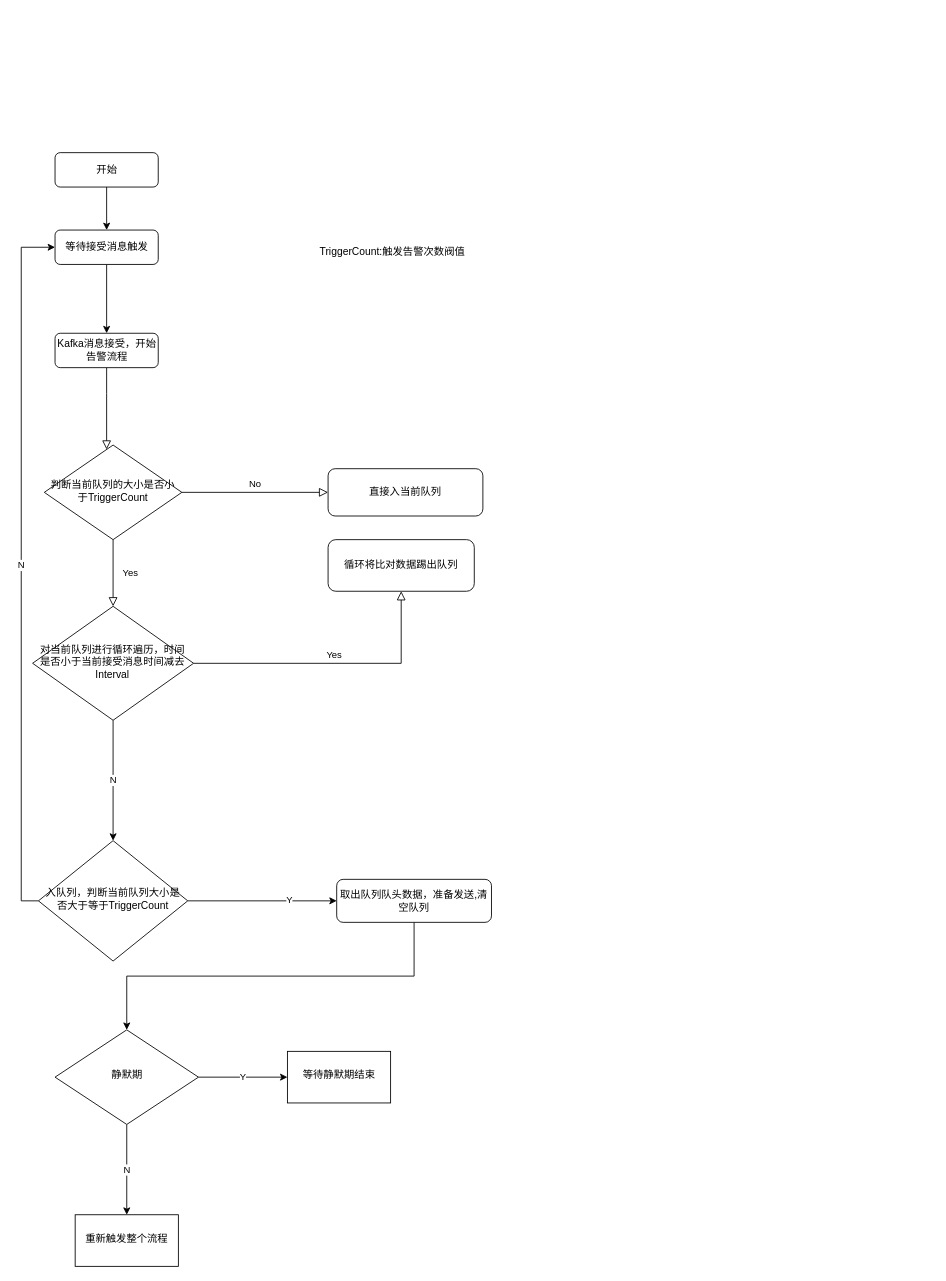
Above: Untitled Diagram.drawio in lingpengzhou/diagrams.io (draw.io), before the change. Source tidied: cells renumbered, new cells numbered last; positions are measured from the earlier drawing's top-left corner, leaving out a move shared by most shapes. Both pictures are drawn from the tidied source at 86%, with x=0, y=0 at pixel (32, 152).
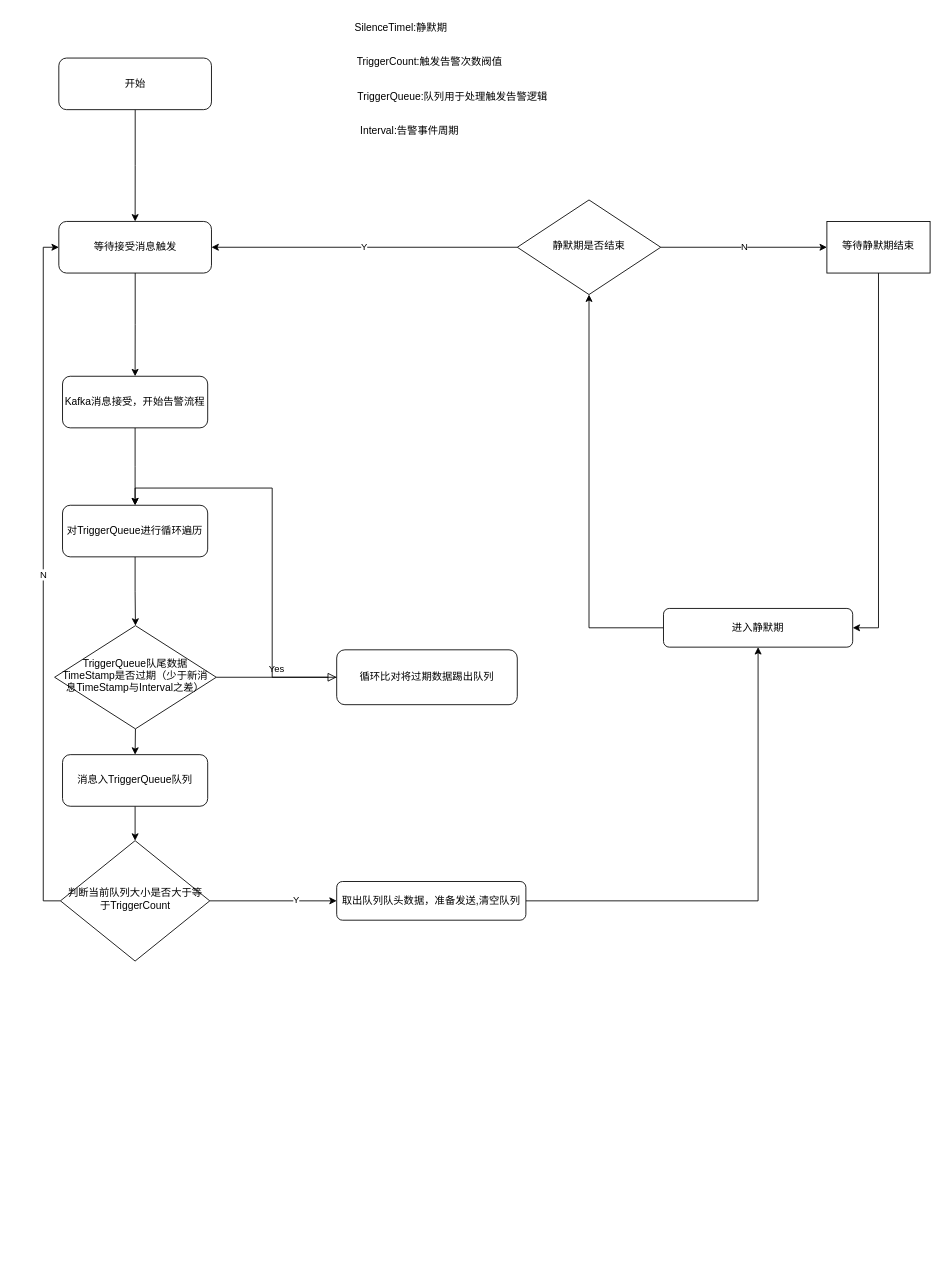
After the change.

The edit, as a diff of the source:
```diff
@@
-    <mxCell id="2" style="rounded=0;html=1;jettySize=auto;fontSize=11;endArrow=block;endFill=0;endSize=8;strokeWidth=1;shadow=0;labelBackgroundColor=none;edgeStyle=orthogonalEdgeStyle;" parent="1" edge="1" source="3" target="6">
-      <mxGeometry relative="1" as="geometry">
-        <Array as="points">
-          <mxPoint x="86.5" y="280" />
-          <mxPoint x="86.5" y="280" />
-        </Array>
-      </mxGeometry>
-    </mxCell>
+    <mxCell id="28" style="edgeStyle=orthogonalEdgeStyle;rounded=0;jettySize=auto;html=1;entryX=0.5;entryY=0;entryDx=0;entryDy=0;" parent="1" edge="1" source="3" target="35">
+      <mxGeometry relative="1" as="geometry" />
+    </mxCell>
     <mxCell id="3" value="Kafka消息接受，开始告警流程" style="rounded=1;whiteSpace=wrap;html=1;fontSize=12;glass=0;strokeWidth=1;shadow=0;" parent="1" vertex="1">
-      <mxGeometry x="26.5" y="210" width="120" height="40" as="geometry" />
+      <mxGeometry x="35.2" y="260" width="168.8" height="60" as="geometry" />
     </mxCell>
-    <mxCell id="4" value="Yes" style="rounded=0;html=1;jettySize=auto;fontSize=11;endArrow=block;endFill=0;endSize=8;strokeWidth=1;shadow=0;labelBackgroundColor=none;edgeStyle=orthogonalEdgeStyle;" parent="1" edge="1" source="6" target="10">
-      <mxGeometry y="20" relative="1" as="geometry" />
-    </mxCell>
-    <mxCell id="5" value="No" style="edgeStyle=orthogonalEdgeStyle;rounded=0;html=1;jettySize=auto;fontSize=11;endArrow=block;endFill=0;endSize=8;strokeWidth=1;shadow=0;labelBackgroundColor=none;" parent="1" edge="1" source="6" target="7">
-      <mxGeometry y="10" relative="1" as="geometry" />
-    </mxCell>
-    <mxCell id="6" value="判断当前队列的大小是否小于TriggerCount" style="rhombus;whiteSpace=wrap;html=1;shadow=0;fontFamily=Helvetica;fontSize=12;align=center;strokeWidth=1;spacing=6;spacingTop=-4;" parent="1" vertex="1">
-      <mxGeometry x="14" y="340" width="160" height="110" as="geometry" />
-    </mxCell>
-    <mxCell id="7" value="直接入当前队列" style="rounded=1;whiteSpace=wrap;html=1;fontSize=12;glass=0;strokeWidth=1;shadow=0;" parent="1" vertex="1">
-      <mxGeometry x="344" y="367.5" width="180" height="55" as="geometry" />
-    </mxCell>
@@
-    <mxCell id="9" value="N" style="edgeStyle=orthogonalEdgeStyle;rounded=0;jettySize=auto;html=1;entryX=0.5;entryY=0;entryDx=0;entryDy=0;" parent="1" edge="1" source="10" target="18">
-      <mxGeometry relative="1" as="geometry" />
-    </mxCell>
+    <mxCell id="29" style="edgeStyle=orthogonalEdgeStyle;rounded=0;jettySize=auto;html=1;exitX=0.5;exitY=1;exitDx=0;exitDy=0;entryX=0.5;entryY=0;entryDx=0;entryDy=0;" parent="1" edge="1" source="10" target="39">
+      <mxGeometry relative="1" as="geometry" />
+    </mxCell>
-    <mxCell id="10" value="对当前队列进行循环遍历，时间是否小于当前接受消息时间减去Interval" style="rhombus;whiteSpace=wrap;html=1;shadow=0;fontFamily=Helvetica;fontSize=12;align=center;strokeWidth=1;spacing=6;spacingTop=-4;" parent="1" vertex="1">
-      <mxGeometry x="0.4" y="527.5" width="187.2" height="132.5" as="geometry" />
+    <mxCell id="10" value="TriggerQueue队尾数据TimeStamp是否过期（少于新消息TimeStamp与Interval之差）" style="rhombus;whiteSpace=wrap;html=1;shadow=0;fontFamily=Helvetica;fontSize=12;align=center;strokeWidth=1;spacing=6;spacingTop=-4;" parent="1" vertex="1">
+      <mxGeometry x="26" y="550" width="188" height="120" as="geometry" />
     </mxCell>
+    <mxCell id="30" style="edgeStyle=orthogonalEdgeStyle;rounded=0;jettySize=auto;html=1;entryX=0.5;entryY=0;entryDx=0;entryDy=0;" parent="1" edge="1" source="11" target="35">
+      <mxGeometry relative="1" as="geometry" />
+    </mxCell>
-    <mxCell id="11" value="循环将比对数据踢出队列" style="rounded=1;whiteSpace=wrap;html=1;fontSize=12;glass=0;strokeWidth=1;shadow=0;" parent="1" vertex="1">
-      <mxGeometry x="344" y="450" width="170" height="60" as="geometry" />
+    <mxCell id="11" value="循环比对将过期数据踢出队列" style="rounded=1;whiteSpace=wrap;html=1;fontSize=12;glass=0;strokeWidth=1;shadow=0;" parent="1" vertex="1">
+      <mxGeometry x="354" y="578.1" width="210" height="63.8" as="geometry" />
     </mxCell>
-    <mxCell id="12" value="TriggerCount:触发告警次数阀值" style="text;html=1;strokeColor=none;fillColor=none;align=center;verticalAlign=middle;whiteSpace=wrap;rounded=0;" parent="1" vertex="1">
-      <mxGeometry x="314" y="100" width="210" height="30" as="geometry" />
+    <mxCell id="12" value="&amp;nbsp; TriggerCount:触发告警次数阀值" style="text;html=1;strokeColor=none;fillColor=none;align=center;verticalAlign=middle;whiteSpace=wrap;rounded=0;" parent="1" vertex="1">
+      <mxGeometry x="354" y="-120" width="210" height="30" as="geometry" />
     </mxCell>
@@
     <mxCell id="14" value="等待接受消息触发" style="rounded=1;whiteSpace=wrap;html=1;fontSize=12;glass=0;strokeWidth=1;shadow=0;" parent="1" vertex="1">
-      <mxGeometry x="26.5" y="90" width="120" height="40" as="geometry" />
+      <mxGeometry x="30.9" y="80" width="177.5" height="60" as="geometry" />
     </mxCell>
@@
-    <mxCell id="18" value="&lt;span style=&quot;&quot;&gt;入队列，判断当前队列大小是否大于等于TriggerCount&lt;/span&gt;" style="rhombus;whiteSpace=wrap;html=1;shadow=0;fontFamily=Helvetica;fontSize=12;align=center;strokeWidth=1;spacing=6;spacingTop=-4;" parent="1" vertex="1">
-      <mxGeometry x="7.2" y="800" width="173.6" height="140" as="geometry" />
+    <mxCell id="18" value="&lt;span style=&quot;&quot;&gt;判断当前队列大小是否大于等于TriggerCount&lt;/span&gt;" style="rhombus;whiteSpace=wrap;html=1;shadow=0;fontFamily=Helvetica;fontSize=12;align=center;strokeWidth=1;spacing=6;spacingTop=-4;" parent="1" vertex="1">
+      <mxGeometry x="32.8" y="800" width="173.6" height="140" as="geometry" />
     </mxCell>
-    <mxCell id="19" style="edgeStyle=orthogonalEdgeStyle;rounded=0;jettySize=auto;html=1;exitX=0.5;exitY=1;exitDx=0;exitDy=0;" parent="1" edge="1" source="20" target="23">
-      <mxGeometry relative="1" as="geometry" />
-    </mxCell>
+    <mxCell id="31" style="edgeStyle=orthogonalEdgeStyle;rounded=0;jettySize=auto;html=1;exitX=1;exitY=0.5;exitDx=0;exitDy=0;" parent="1" edge="1" source="20" target="41">
+      <mxGeometry relative="1" as="geometry" />
+    </mxCell>
     <mxCell id="20" value="取出队列队头数据，准备发送,清空队列" style="rounded=1;whiteSpace=wrap;html=1;fontSize=12;glass=0;strokeWidth=1;shadow=0;" parent="1" vertex="1">
-      <mxGeometry x="354" y="845" width="180" height="50" as="geometry" />
+      <mxGeometry x="354" y="847.5" width="220" height="45" as="geometry" />
     </mxCell>
-    <mxCell id="21" value="Y" style="edgeStyle=orthogonalEdgeStyle;rounded=0;jettySize=auto;html=1;" parent="1" edge="1" source="23" target="24">
+    <mxCell id="21" value="N" style="edgeStyle=orthogonalEdgeStyle;rounded=0;jettySize=auto;html=1;" parent="1" edge="1" source="23" target="24">
       <mxGeometry relative="1" as="geometry" />
     </mxCell>
-    <mxCell id="22" value="N" style="edgeStyle=orthogonalEdgeStyle;rounded=0;jettySize=auto;html=1;" parent="1" edge="1" source="23" target="25">
-      <mxGeometry relative="1" as="geometry" />
-    </mxCell>
+    <mxCell id="32" value="Y" style="edgeStyle=orthogonalEdgeStyle;rounded=0;jettySize=auto;html=1;exitX=0;exitY=0.5;exitDx=0;exitDy=0;entryX=1;entryY=0.5;entryDx=0;entryDy=0;" parent="1" edge="1" source="23" target="14">
+      <mxGeometry relative="1" as="geometry" />
+    </mxCell>
-    <mxCell id="23" value="静默期" style="rhombus;whiteSpace=wrap;html=1;shadow=0;fontFamily=Helvetica;fontSize=12;align=center;strokeWidth=1;spacing=6;spacingTop=-4;" parent="1" vertex="1">
-      <mxGeometry x="26.5" y="1020" width="166.8" height="110" as="geometry" />
+    <mxCell id="23" value="静默期是否结束" style="rhombus;whiteSpace=wrap;html=1;shadow=0;fontFamily=Helvetica;fontSize=12;align=center;strokeWidth=1;spacing=6;spacingTop=-4;" parent="1" vertex="1">
+      <mxGeometry x="564" y="55" width="166.8" height="110" as="geometry" />
     </mxCell>
+    <mxCell id="33" style="edgeStyle=orthogonalEdgeStyle;rounded=0;jettySize=auto;html=1;entryX=1;entryY=0.5;entryDx=0;entryDy=0;" parent="1" edge="1" source="24" target="41">
+      <mxGeometry relative="1" as="geometry" />
+    </mxCell>
     <mxCell id="24" value="等待静默期结束" style="whiteSpace=wrap;html=1;shadow=0;strokeWidth=1;spacing=6;spacingTop=-4;" parent="1" vertex="1">
-      <mxGeometry x="296.7" y="1045" width="120" height="60" as="geometry" />
+      <mxGeometry x="924" y="80" width="120" height="60" as="geometry" />
     </mxCell>
-    <mxCell id="25" value="重新触发整个流程" style="whiteSpace=wrap;html=1;shadow=0;strokeWidth=1;spacing=6;spacingTop=-4;" parent="1" vertex="1">
-      <mxGeometry x="49.9" y="1235" width="120" height="60" as="geometry" />
-    </mxCell>
@@
     <mxCell id="27" value="开始" style="rounded=1;whiteSpace=wrap;html=1;fontSize=12;glass=0;strokeWidth=1;shadow=0;" parent="1" vertex="1">
-      <mxGeometry x="26.5" width="120" height="40" as="geometry" />
+      <mxGeometry x="30.9" y="-110" width="177.5" height="60" as="geometry" />
     </mxCell>
+    <mxCell id="34" style="edgeStyle=orthogonalEdgeStyle;rounded=0;jettySize=auto;html=1;" parent="1" edge="1" source="35" target="10">
+      <mxGeometry relative="1" as="geometry" />
+    </mxCell>
+    <mxCell id="35" value="对TriggerQueue进行循环遍历" style="rounded=1;whiteSpace=wrap;html=1;fontSize=12;glass=0;strokeWidth=1;shadow=0;" parent="1" vertex="1">
+      <mxGeometry x="35.2" y="410" width="168.8" height="60" as="geometry" />
+    </mxCell>
+    <mxCell id="36" value="TriggerQueue:队列用于处理触发告警逻辑" style="text;html=1;strokeColor=none;fillColor=none;align=center;verticalAlign=middle;whiteSpace=wrap;rounded=0;" parent="1" vertex="1">
+      <mxGeometry x="364" y="-80" width="250" height="30" as="geometry" />
+    </mxCell>
+    <mxCell id="37" value="Interval:告警事件周期" style="text;html=1;strokeColor=none;fillColor=none;align=center;verticalAlign=middle;whiteSpace=wrap;rounded=0;" parent="1" vertex="1">
+      <mxGeometry x="314" y="-40" width="250" height="30" as="geometry" />
+    </mxCell>
+    <mxCell id="38" style="edgeStyle=orthogonalEdgeStyle;rounded=0;jettySize=auto;html=1;exitX=0.5;exitY=1;exitDx=0;exitDy=0;entryX=0.5;entryY=0;entryDx=0;entryDy=0;" parent="1" edge="1" source="39" target="18">
+      <mxGeometry relative="1" as="geometry" />
+    </mxCell>
+    <mxCell id="39" value="消息入TriggerQueue队列" style="rounded=1;whiteSpace=wrap;html=1;fontSize=12;glass=0;strokeWidth=1;shadow=0;" parent="1" vertex="1">
+      <mxGeometry x="35.2" y="700" width="168.8" height="60" as="geometry" />
+    </mxCell>
+    <mxCell id="40" style="edgeStyle=orthogonalEdgeStyle;rounded=0;jettySize=auto;html=1;" parent="1" edge="1" source="41" target="23">
+      <mxGeometry relative="1" as="geometry" />
+    </mxCell>
+    <mxCell id="41" value="进入静默期" style="rounded=1;whiteSpace=wrap;html=1;fontSize=12;glass=0;strokeWidth=1;shadow=0;" parent="1" vertex="1">
+      <mxGeometry x="734" y="530" width="220" height="45" as="geometry" />
+    </mxCell>
+    <mxCell id="42" style="edgeStyle=orthogonalEdgeStyle;rounded=0;orthogonalLoop=1;jettySize=auto;html=1;exitX=0.5;exitY=1;exitDx=0;exitDy=0;" parent="1" edge="1" source="12" target="12">
+      <mxGeometry relative="1" as="geometry" />
+    </mxCell>
+    <mxCell id="43" value="SilenceTimel:静默期" style="text;html=1;strokeColor=none;fillColor=none;align=center;verticalAlign=middle;whiteSpace=wrap;rounded=0;" parent="1" vertex="1">
+      <mxGeometry x="304" y="-160" width="250" height="30" as="geometry" />
+    </mxCell>
```
